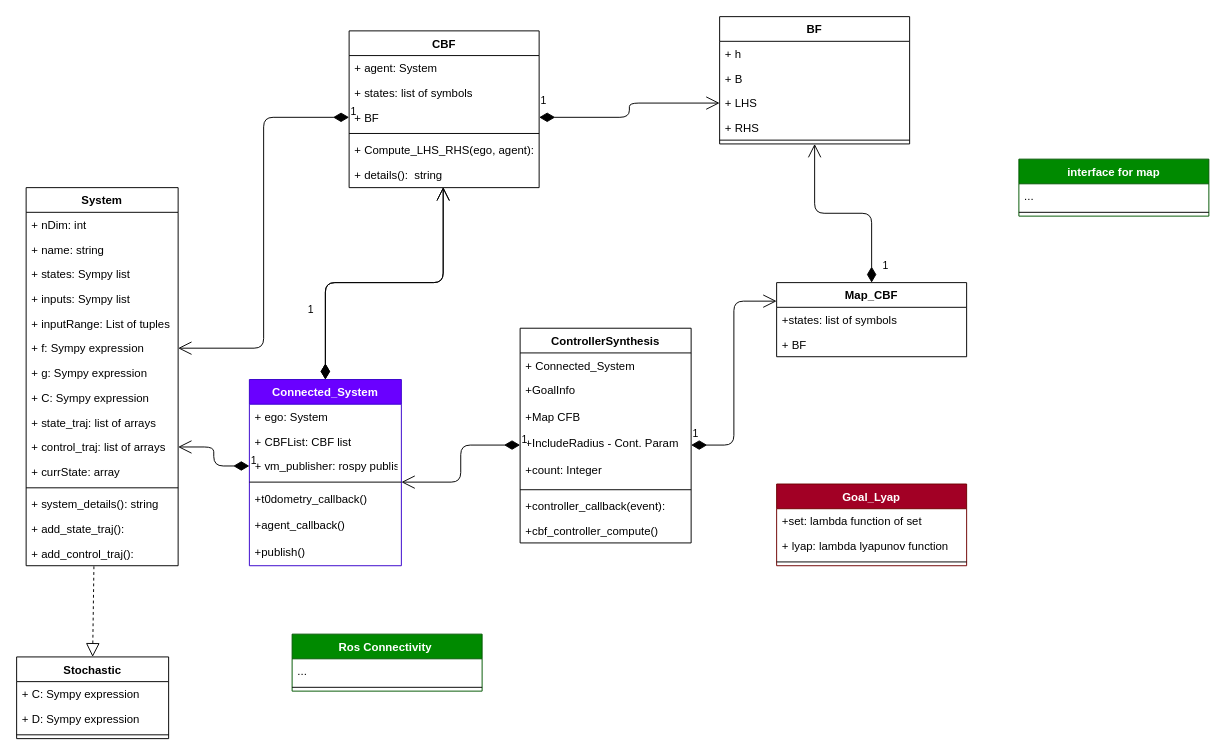
tomashdz/control_barrier_function_kit keeps this draw.io diagram as scripts/python_architecture.drawio. Above is the earlier version. Source tidied: cells renumbered, new cells numbered last; positions are measured from the earlier drawing's top-left corner, leaving out a move shared by most shapes. Both pictures are drawn from the tidied source at 95%, with x=0, y=0 at pixel (16, 16).
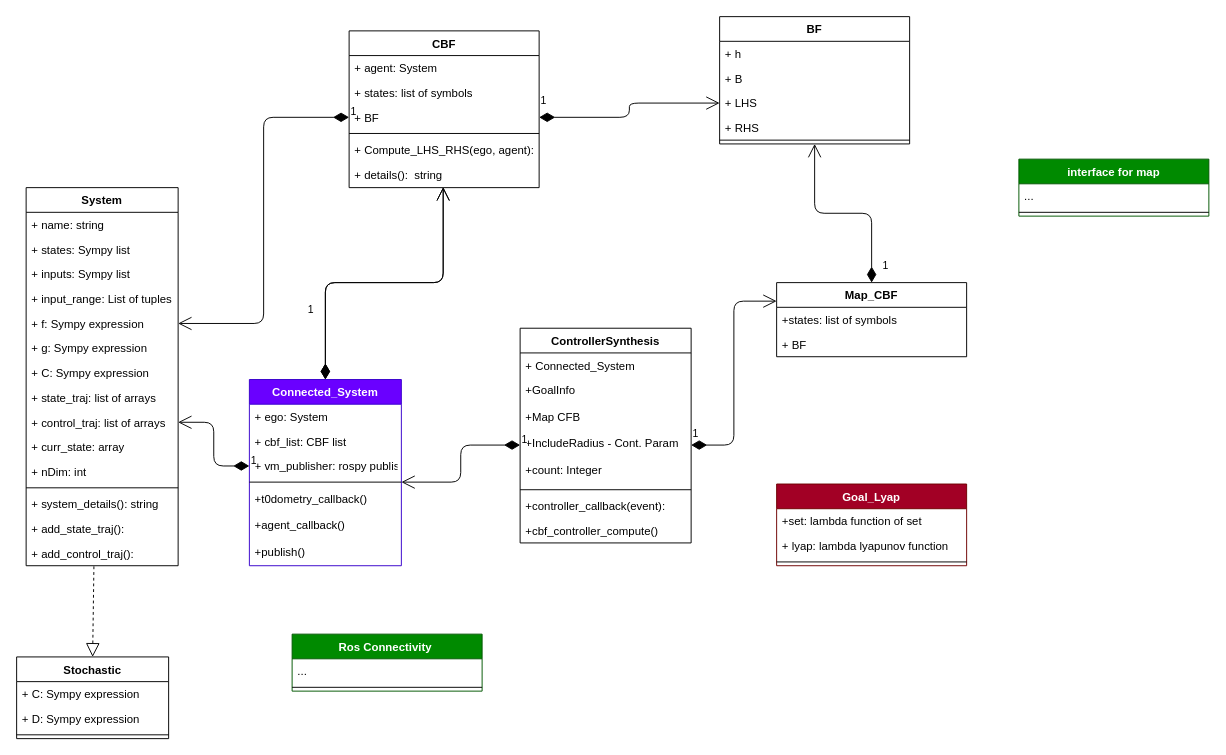
After the change.

Unchanged cells that the change refers to:
```xml
<mxCell id="2" value="System" style="swimlane;fontStyle=1;align=center;verticalAlign=top;horizontal=1;startSize=26;" parent="1" vertex="1">
  <mxGeometry x="10" y="180" width="160" height="398" as="geometry" />
</mxCell>
<mxCell id="39" value="Connected_System" style="swimlane;fontStyle=1;align=center;verticalAlign=top;horizontal=1;startSize=26;fillColor=#6a00ff;strokeColor=#3700CC;fontColor=#ffffff;" parent="1" vertex="1">
  <mxGeometry x="245" y="382" width="160" height="196" as="geometry" />
</mxCell>
```

What changed in the source:
```diff
@@
-    <mxCell id="3" value="+ nDim: int" style="text;strokeColor=none;fillColor=none;align=left;verticalAlign=top;spacingLeft=4;spacingRight=4;overflow=hidden;" parent="2" vertex="1">
-      <mxGeometry y="26" width="160" height="26" as="geometry" />
-    </mxCell>
     <mxCell id="4" value="+ name: string" style="text;strokeColor=none;fillColor=none;align=left;verticalAlign=top;spacingLeft=4;spacingRight=4;overflow=hidden;" parent="2" vertex="1">
-      <mxGeometry y="52" width="160" height="26" as="geometry" />
+      <mxGeometry y="26" width="160" height="26" as="geometry" />
     </mxCell>
     <mxCell id="5" value="+ states: Sympy list" style="text;strokeColor=none;fillColor=none;align=left;verticalAlign=top;spacingLeft=4;spacingRight=4;overflow=hidden;" parent="2" vertex="1">
-      <mxGeometry y="78" width="160" height="26" as="geometry" />
+      <mxGeometry y="52" width="160" height="26" as="geometry" />
     </mxCell>
     <mxCell id="6" value="+ inputs: Sympy list" style="text;strokeColor=none;fillColor=none;align=left;verticalAlign=top;spacingLeft=4;spacingRight=4;overflow=hidden;" parent="2" vertex="1">
-      <mxGeometry y="104" width="160" height="26" as="geometry" />
+      <mxGeometry y="78" width="160" height="26" as="geometry" />
     </mxCell>
-    <mxCell id="7" value="+ inputRange: List of tuples" style="text;strokeColor=none;fillColor=none;align=left;verticalAlign=top;spacingLeft=4;spacingRight=4;overflow=hidden;" parent="2" vertex="1">
-      <mxGeometry y="130" width="160" height="26" as="geometry" />
+    <mxCell id="7" value="+ input_range: List of tuples" style="text;strokeColor=none;fillColor=none;align=left;verticalAlign=top;spacingLeft=4;spacingRight=4;overflow=hidden;" parent="2" vertex="1">
+      <mxGeometry y="104" width="160" height="26" as="geometry" />
     </mxCell>
     <mxCell id="8" value="+ f: Sympy expression" style="text;strokeColor=none;fillColor=none;align=left;verticalAlign=top;spacingLeft=4;spacingRight=4;overflow=hidden;points=[[0,0.5],[1,0.5]];portConstraint=eastwest;" parent="2" vertex="1">
-      <mxGeometry y="156" width="160" height="26" as="geometry" />
+      <mxGeometry y="130" width="160" height="26" as="geometry" />
     </mxCell>
     <mxCell id="9" value="+ g: Sympy expression" style="text;strokeColor=none;fillColor=none;align=left;verticalAlign=top;spacingLeft=4;spacingRight=4;overflow=hidden;" parent="2" vertex="1">
-      <mxGeometry y="182" width="160" height="26" as="geometry" />
+      <mxGeometry y="156" width="160" height="26" as="geometry" />
     </mxCell>
     <mxCell id="10" value="+ C: Sympy expression" style="text;strokeColor=none;fillColor=none;align=left;verticalAlign=top;spacingLeft=4;spacingRight=4;overflow=hidden;" parent="2" vertex="1">
-      <mxGeometry y="208" width="160" height="26" as="geometry" />
+      <mxGeometry y="182" width="160" height="26" as="geometry" />
     </mxCell>
     <mxCell id="11" value="+ state_traj: list of arrays" style="text;strokeColor=none;fillColor=none;align=left;verticalAlign=top;spacingLeft=4;spacingRight=4;overflow=hidden;" parent="2" vertex="1">
-      <mxGeometry y="234" width="160" height="26" as="geometry" />
+      <mxGeometry y="208" width="160" height="26" as="geometry" />
     </mxCell>
     <mxCell id="12" value="+ control_traj: list of arrays" style="text;strokeColor=none;fillColor=none;align=left;verticalAlign=top;spacingLeft=4;spacingRight=4;overflow=hidden;points=[[0,0.5],[1,0.5]];portConstraint=eastwest;" parent="2" vertex="1">
-      <mxGeometry y="260" width="160" height="26" as="geometry" />
+      <mxGeometry y="234" width="160" height="26" as="geometry" />
     </mxCell>
-    <mxCell id="13" value="+ currState: array" style="text;strokeColor=none;fillColor=none;align=left;verticalAlign=top;spacingLeft=4;spacingRight=4;overflow=hidden;" parent="2" vertex="1">
-      <mxGeometry y="286" width="160" height="26" as="geometry" />
+    <mxCell id="13" value="+ curr_state: array" style="text;strokeColor=none;fillColor=none;align=left;verticalAlign=top;spacingLeft=4;spacingRight=4;overflow=hidden;" parent="2" vertex="1">
+      <mxGeometry y="260" width="160" height="26" as="geometry" />
     </mxCell>
+    <mxCell id="3" value="+ nDim: int" style="text;strokeColor=none;fillColor=none;align=left;verticalAlign=top;spacingLeft=4;spacingRight=4;overflow=hidden;" parent="2" vertex="1">
+      <mxGeometry y="286" width="160" height="26" as="geometry" />
+    </mxCell>
@@
-    <mxCell id="41" value="+ CBFList: CBF list" style="text;strokeColor=none;fillColor=none;align=left;verticalAlign=top;spacingLeft=4;spacingRight=4;overflow=hidden;" parent="39" vertex="1">
+    <mxCell id="41" value="+ cbf_list: CBF list" style="text;strokeColor=none;fillColor=none;align=left;verticalAlign=top;spacingLeft=4;spacingRight=4;overflow=hidden;" parent="39" vertex="1">
       <mxGeometry y="52" width="160" height="26" as="geometry" />
     </mxCell>
```
